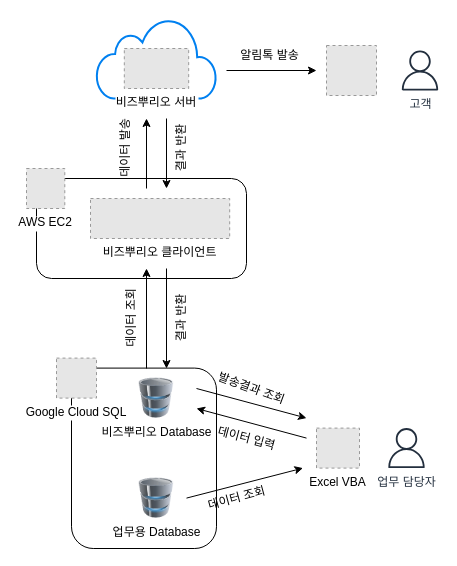
Ppojin/draw keeps this draw.io diagram as bizppurio.drawio. Above is the earlier version. Source tidied: cells renumbered, new cells numbered last; positions are measured from the earlier drawing's top-left corner, leaving out a move shared by most shapes. Both pictures are drawn from the tidied source at 100%, with x=0, y=0 at pixel (26, 18). Pictures stored in the file or linked from it are replaced by grey dashed boxes.
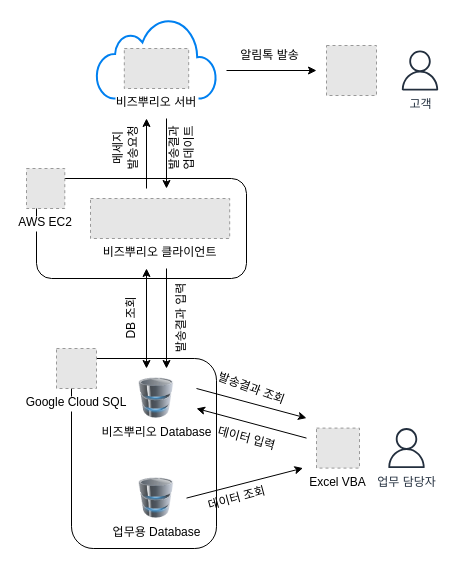
After the change.

Change to the diagram source:
```diff
@@
     <mxCell id="2" style="rounded=1;whiteSpace=wrap;html=1;" parent="1" vertex="1">
-      <mxGeometry x="45" y="349.6" width="145" height="180.4" as="geometry" />
+      <mxGeometry x="45" y="340" width="145" height="190" as="geometry" />
     </mxCell>
@@
     <mxCell id="6" value="Google Cloud SQL" style="fillColor=#E6E6E6;strokeColor=#999999;dashed=1;verticalLabelPosition=bottom;labelBackgroundColor=#ffffff;verticalAlign=top;" parent="1" vertex="1">
-      <mxGeometry x="30" y="339.6" width="40" height="40" as="geometry" />
+      <mxGeometry x="30" y="330" width="40" height="40" as="geometry" />
     </mxCell>
@@
-    <mxCell id="9" style="endArrow=classic;html=1;" parent="1" edge="1">
+    <mxCell id="9" style="endArrow=classic;html=1;startArrow=classic;startFill=1;" parent="1" edge="1">
       <mxGeometry relative="1" as="geometry">
         <mxPoint x="120" y="350" as="sourcePoint" />
         <mxPoint x="120" y="250" as="targetPoint" />
       </mxGeometry>
     </mxCell>
@@
-    <mxCell id="22" value="결과 반환" style="text;html=1;align=center;verticalAlign=middle;rotation=-90;" parent="1" vertex="1">
-      <mxGeometry x="125" y="290" width="60" height="20" as="geometry" />
+    <mxCell id="22" value="발송결과 입력" style="text;html=1;align=center;verticalAlign=middle;rotation=-90;" parent="1" vertex="1">
+      <mxGeometry x="115" y="290" width="80" height="20" as="geometry" />
     </mxCell>
-    <mxCell id="23" value="데이터 조회" style="text;html=1;align=center;verticalAlign=middle;rotation=-90;" parent="1" vertex="1">
-      <mxGeometry x="70" y="290" width="70" height="20" as="geometry" />
+    <mxCell id="23" value="DB 조회" style="text;html=1;align=center;verticalAlign=middle;rotation=-90;" parent="1" vertex="1">
+      <mxGeometry x="75" y="290" width="60" height="20" as="geometry" />
     </mxCell>
@@
-    <mxCell id="28" value="데이터 발송" style="text;html=1;align=center;verticalAlign=middle;rotation=-90;" parent="1" vertex="1">
-      <mxGeometry x="64" y="120" width="70" height="20" as="geometry" />
+    <mxCell id="28" value="메세지&lt;br&gt;발송요청" style="text;html=1;align=center;verticalAlign=middle;rotation=-90;" parent="1" vertex="1">
+      <mxGeometry x="69" y="115" width="60" height="30" as="geometry" />
     </mxCell>
-    <mxCell id="29" value="결과 반환" style="text;html=1;align=center;verticalAlign=middle;rotation=-90;" parent="1" vertex="1">
-      <mxGeometry x="125" y="120" width="60" height="20" as="geometry" />
+    <mxCell id="29" value="발송결과&lt;br&gt;업데이트" style="text;html=1;align=center;verticalAlign=middle;rotation=-90;" parent="1" vertex="1">
+      <mxGeometry x="125" y="115" width="60" height="30" as="geometry" />
     </mxCell>
```
